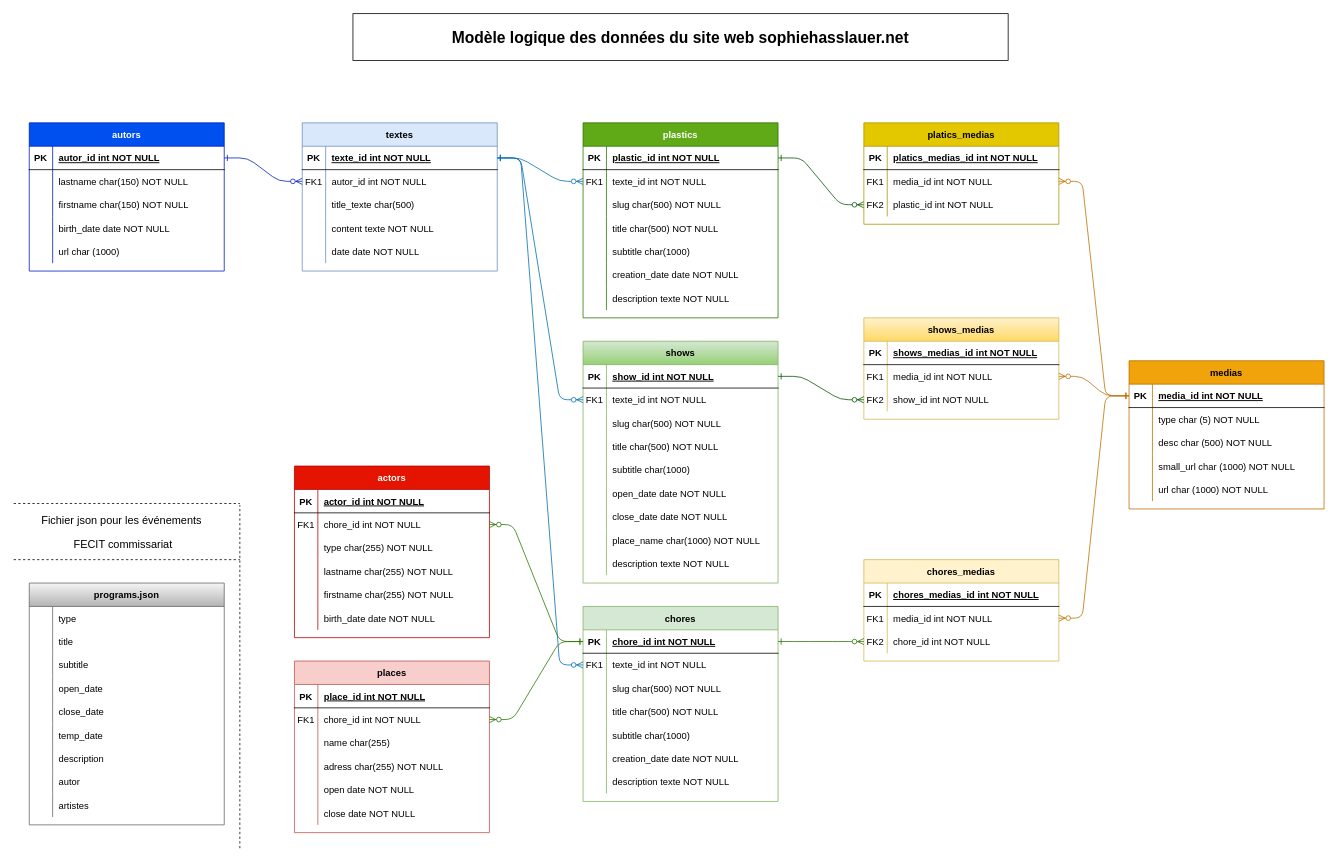
This is sophiehasslauer_BDD_sketch.drawio from sebatease/sebatease, a draw.io file, before an edit. Source tidied: cells renumbered, new cells numbered last; positions are measured from the earlier drawing's top-left corner, leaving out a move shared by most shapes. Both pictures are drawn from the tidied source at 78%, with x=0, y=0 at pixel (13, 13).
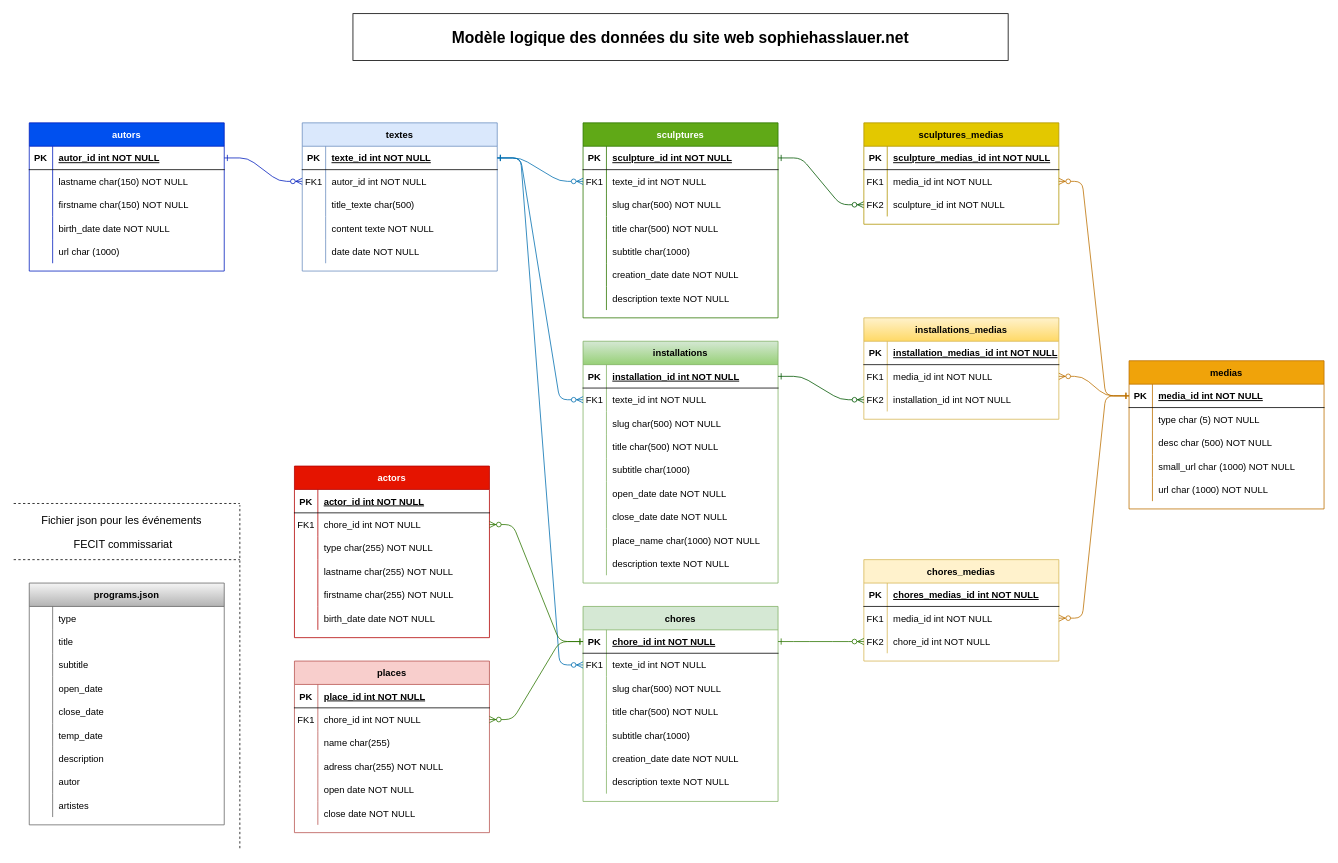
After the change.

Unchanged cells that the change refers to:
```xml
<mxCell id="52" style="shape=partialRectangle;fillColor=none;points=[[0,0.5],[1,0.5]];portConstraint=eastwest;top=0;left=0;right=0;bottom=1;" parent="51" vertex="1">
  <mxGeometry y="30" width="250" height="30" as="geometry" />
</mxCell>
<mxCell id="76" style="shape=partialRectangle;fillColor=none;points=[[0,0.5],[1,0.5]];portConstraint=eastwest;top=0;left=0;right=0;bottom=1;" parent="75" vertex="1">
  <mxGeometry y="30" width="250" height="30" as="geometry" />
</mxCell>
<mxCell id="126" style="shape=partialRectangle;fillColor=none;top=0;left=0;right=0;bottom=1;" parent="125" vertex="1">
  <mxGeometry y="30" width="250" height="30" as="geometry" />
</mxCell>
<mxCell id="132" style="shape=partialRectangle;fillColor=none;points=[[0,0.5],[1,0.5]];portConstraint=eastwest;top=0;left=0;right=0;bottom=0;" parent="125" vertex="1">
  <mxGeometry y="90" width="250" height="30" as="geometry" />
</mxCell>
<mxCell id="137" style="shape=partialRectangle;fillColor=none;top=0;left=0;right=0;bottom=1;" parent="136" vertex="1">
  <mxGeometry y="30" width="250" height="30" as="geometry" />
</mxCell>
<mxCell id="143" style="shape=partialRectangle;fillColor=none;points=[[0,0.5],[1,0.5]];portConstraint=eastwest;top=0;left=0;right=0;bottom=0;" parent="136" vertex="1">
  <mxGeometry y="90" width="250" height="30" as="geometry" />
</mxCell>
```

Change to the diagram source:
```diff
@@
-    <mxCell id="51" value="plastics" style="shape=table;startSize=30;childLayout=tableLayout;rowLines=0;fontStyle=1;align=center;fillColor=#60a917;strokeColor=#2D7600;fontColor=#ffffff;" parent="1" vertex="1">
+    <mxCell id="51" value="sculptures" style="shape=table;startSize=30;childLayout=tableLayout;rowLines=0;fontStyle=1;align=center;fillColor=#60a917;strokeColor=#2D7600;fontColor=#ffffff;" parent="1" vertex="1">
       <mxGeometry x="730" y="140" width="250" height="250" as="geometry" />
     </mxCell>
@@
-    <mxCell id="54" value="plastic_id int NOT NULL" style="shape=partialRectangle;overflow=hidden;fillColor=none;top=0;left=0;bottom=0;right=0;align=left;spacingLeft=6;fontStyle=5;" parent="52" vertex="1">
+    <mxCell id="54" value="sculpture_id int NOT NULL" style="shape=partialRectangle;overflow=hidden;fillColor=none;top=0;left=0;bottom=0;right=0;align=left;spacingLeft=6;fontStyle=5;" parent="52" vertex="1">
       <mxGeometry x="30" width="220" height="30" as="geometry" />
     </mxCell>
@@
-    <mxCell id="75" value="shows" style="shape=table;startSize=30;childLayout=tableLayout;rowLines=0;fontStyle=1;align=center;fillColor=#d5e8d4;strokeColor=#82b366;gradientColor=#97d077;" parent="1" vertex="1">
+    <mxCell id="75" value="installations" style="shape=table;startSize=30;childLayout=tableLayout;rowLines=0;fontStyle=1;align=center;fillColor=#d5e8d4;strokeColor=#82b366;gradientColor=#97d077;" parent="1" vertex="1">
       <mxGeometry x="730" y="420" width="250" height="310" as="geometry" />
     </mxCell>
@@
-    <mxCell id="78" value="show_id int NOT NULL" style="shape=partialRectangle;overflow=hidden;fillColor=none;top=0;left=0;bottom=0;right=0;align=left;spacingLeft=6;fontStyle=5;" parent="76" vertex="1">
+    <mxCell id="78" value="installation_id int NOT NULL" style="shape=partialRectangle;overflow=hidden;fillColor=none;top=0;left=0;bottom=0;right=0;align=left;spacingLeft=6;fontStyle=5;" parent="76" vertex="1">
       <mxGeometry x="30" width="220" height="30" as="geometry" />
     </mxCell>
@@
-    <mxCell id="125" value="platics_medias" style="shape=table;startSize=30;childLayout=tableLayout;rowLines=0;fontStyle=1;align=center;fillColor=#e3c800;strokeColor=#B09500;fontColor=#000000;" parent="1" vertex="1">
+    <mxCell id="125" value="sculptures_medias" style="shape=table;startSize=30;childLayout=tableLayout;rowLines=0;fontStyle=1;align=center;fillColor=#e3c800;strokeColor=#B09500;fontColor=#000000;" parent="1" vertex="1">
       <mxGeometry x="1090" y="140" width="250" height="130" as="geometry" />
     </mxCell>
@@
-    <mxCell id="128" value="platics_medias_id int NOT NULL " style="shape=partialRectangle;overflow=hidden;fillColor=none;top=0;left=0;bottom=0;right=0;align=left;spacingLeft=6;fontStyle=5;" parent="126" vertex="1">
+    <mxCell id="128" value="sculpture_medias_id int NOT NULL " style="shape=partialRectangle;overflow=hidden;fillColor=none;top=0;left=0;bottom=0;right=0;align=left;spacingLeft=6;fontStyle=5;" parent="126" vertex="1">
       <mxGeometry x="30" width="220" height="30" as="geometry" />
     </mxCell>
@@
-    <mxCell id="134" value="plastic_id int NOT NULL" style="shape=partialRectangle;overflow=hidden;fillColor=none;top=0;left=0;bottom=0;right=0;align=left;spacingLeft=6;" parent="132" vertex="1">
+    <mxCell id="134" value="sculpture_id int NOT NULL" style="shape=partialRectangle;overflow=hidden;fillColor=none;top=0;left=0;bottom=0;right=0;align=left;spacingLeft=6;" parent="132" vertex="1">
       <mxGeometry x="30" width="220" height="30" as="geometry" />
     </mxCell>
@@
-    <mxCell id="136" value="shows_medias" style="shape=table;startSize=30;childLayout=tableLayout;rowLines=0;fontStyle=1;align=center;fillColor=#fff2cc;strokeColor=#d6b656;gradientColor=#ffd966;" parent="1" vertex="1">
+    <mxCell id="136" value="installations_medias" style="shape=table;startSize=30;childLayout=tableLayout;rowLines=0;fontStyle=1;align=center;fillColor=#fff2cc;strokeColor=#d6b656;gradientColor=#ffd966;" parent="1" vertex="1">
       <mxGeometry x="1090" y="390" width="250" height="130" as="geometry" />
     </mxCell>
@@
-    <mxCell id="139" value="shows_medias_id int NOT NULL " style="shape=partialRectangle;overflow=hidden;fillColor=none;top=0;left=0;bottom=0;right=0;align=left;spacingLeft=6;fontStyle=5;" parent="137" vertex="1">
+    <mxCell id="139" value="installation_medias_id int NOT NULL " style="shape=partialRectangle;overflow=hidden;fillColor=none;top=0;left=0;bottom=0;right=0;align=left;spacingLeft=6;fontStyle=5;" parent="137" vertex="1">
       <mxGeometry x="30" width="220" height="30" as="geometry" />
     </mxCell>
@@
-    <mxCell id="145" value="show_id int NOT NULL" style="shape=partialRectangle;overflow=hidden;fillColor=none;top=0;left=0;bottom=0;right=0;align=left;spacingLeft=6;" parent="143" vertex="1">
+    <mxCell id="145" value="installation_id int NOT NULL" style="shape=partialRectangle;overflow=hidden;fillColor=none;top=0;left=0;bottom=0;right=0;align=left;spacingLeft=6;" parent="143" vertex="1">
       <mxGeometry x="30" width="220" height="30" as="geometry" />
     </mxCell>
```
